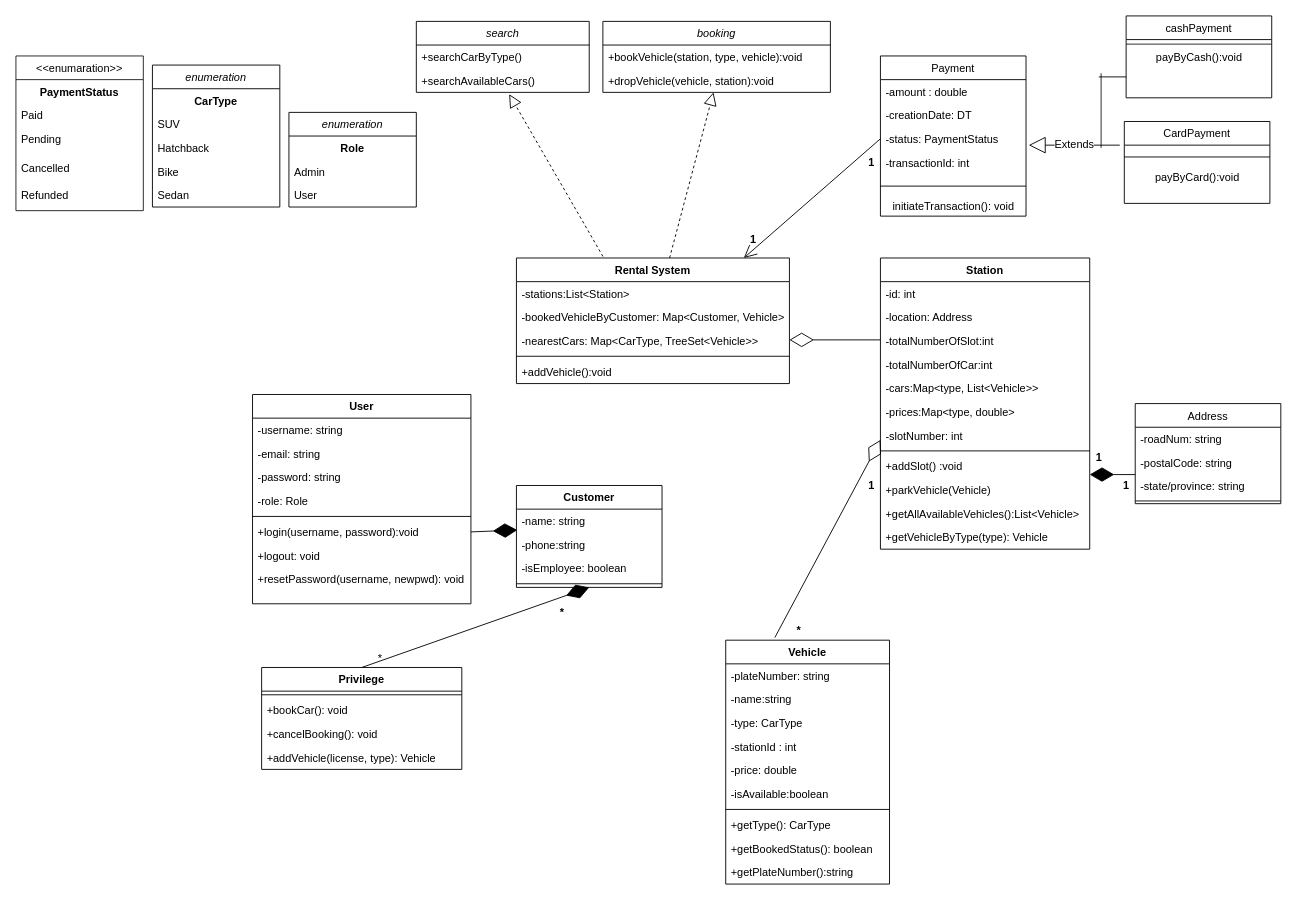
Before: page "Car Rental System" (3 of 5) of Movie Ticket Booking.drawio in Moytri/Uml-Diagram, a draw.io diagram. Source tidied: cells renumbered, new cells numbered last; positions are measured from the earlier drawing's top-left corner, leaving out a move shared by most shapes. Both pictures are drawn from the tidied source at 91%, with x=0, y=0 at pixel (15, 15).
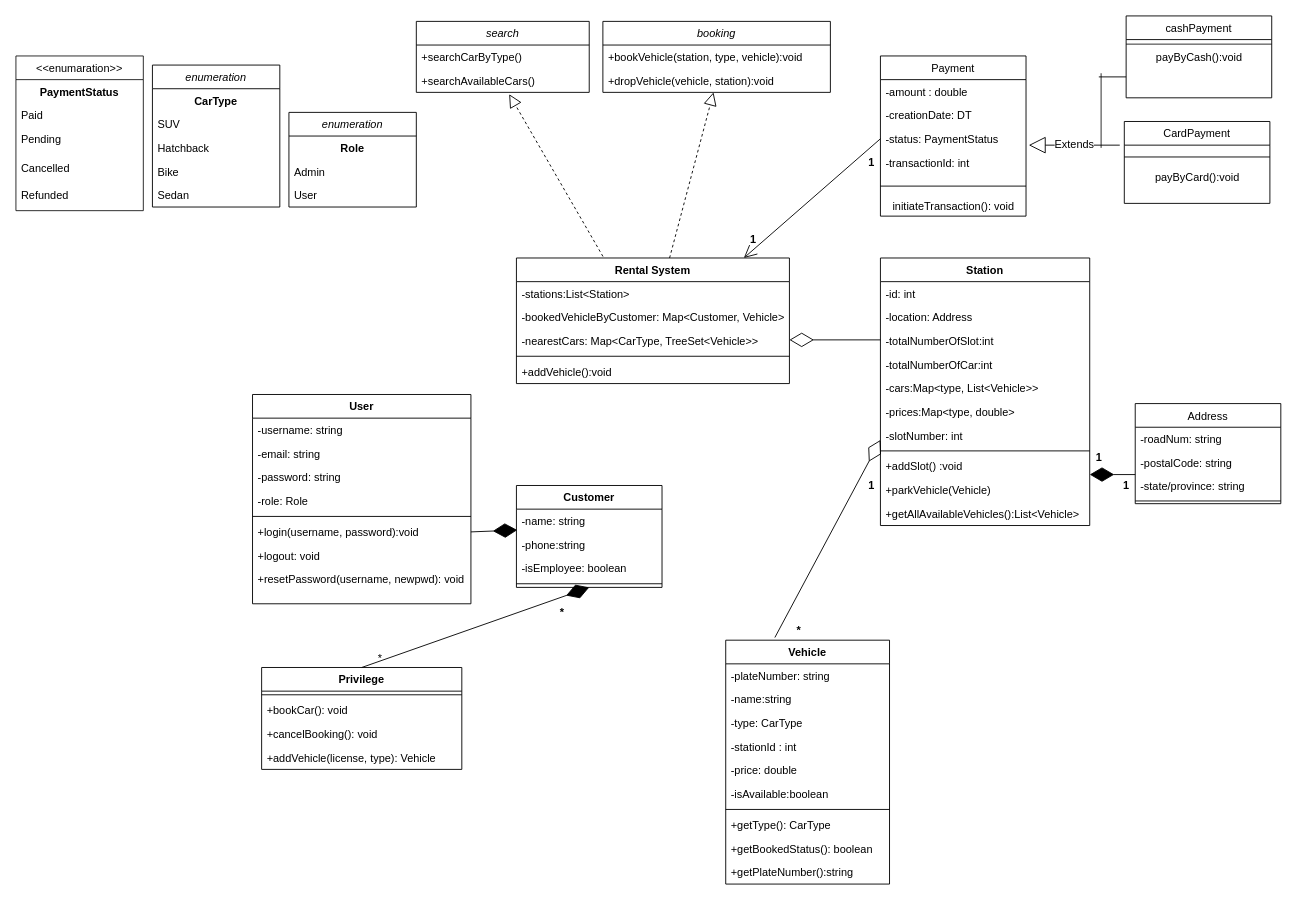
After the change.

Change to the diagram source:
```diff
@@
     <mxCell id="39" value="Station" style="swimlane;fontStyle=1;align=center;verticalAlign=top;horizontal=1;startSize=26;" parent="1" vertex="1">
-      <mxGeometry x="950" y="266" width="230" height="320" as="geometry" />
+      <mxGeometry x="950" y="266" width="230" height="294" as="geometry" />
     </mxCell>
@@
-    <mxCell id="51" value="+getVehicleByType(type): Vehicle" style="text;strokeColor=none;fillColor=none;align=left;verticalAlign=top;spacingLeft=4;spacingRight=4;overflow=hidden;" parent="39" vertex="1">
-      <mxGeometry y="294" width="230" height="26" as="geometry" />
-    </mxCell>
```
